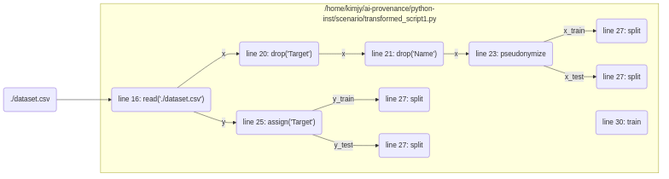
Above: visualizer/graph.png in sslab-skku/ai-provenance (Mermaid), before the change. Its source is kept beside it as visualizer/graph.mmd.
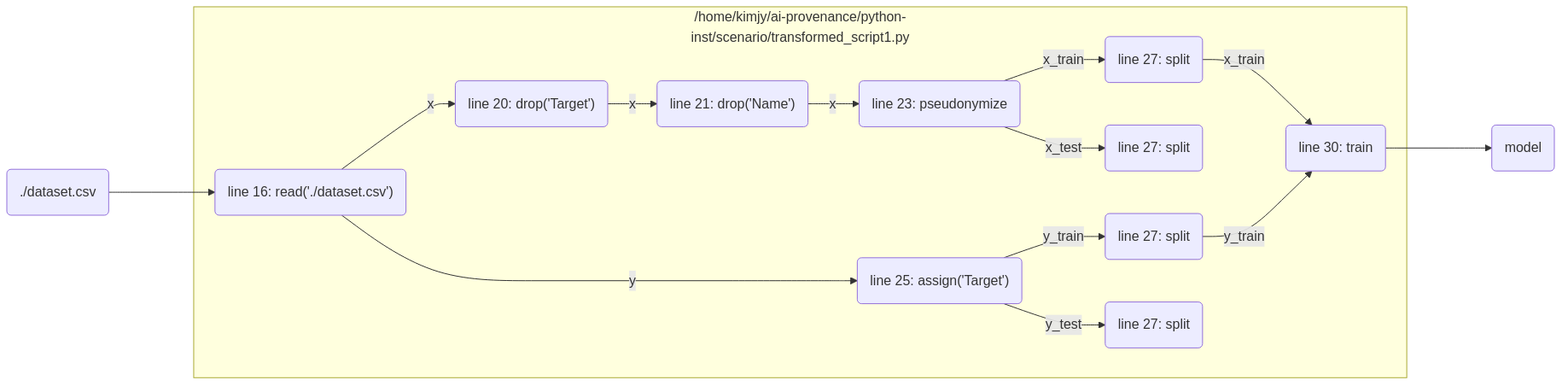
After the change.

Commit message:
visualize train

Diff of the diagram source:
```diff
@@ -1,8 +1,10 @@
 graph LR
 
 D1("./dataset.csv")
+SC1M1("model")
 
 D1--->SC1N1
+SC1N10--->SC1M1
 
 subgraph sc1 ["/home/kimjy/ai-provenance/python-inst/scenario/transformed_script1.py"]
     SC1N1("line 16: read('./dataset.csv')")
@@ -23,4 +25,6 @@
     SC1N4--"x_test"-->SC1N7
     SC1N5--"y_train"-->SC1N8
     SC1N5--"y_test"-->SC1N9
+    SC1N6--"x_train"-->SC1N10
+    SC1N8--"y_train"-->SC1N10
 end
```
